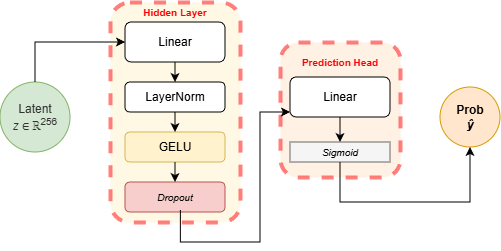
This is Documentazione/images/modelsss/MLPApp3.png from Fonty02/HallucinationDetection, a draw.io export, as it was before one commit. Source tidied: cells renumbered, new cells last; positions are measured from the earlier drawing's top-left corner, leaving out a move shared by most shapes.
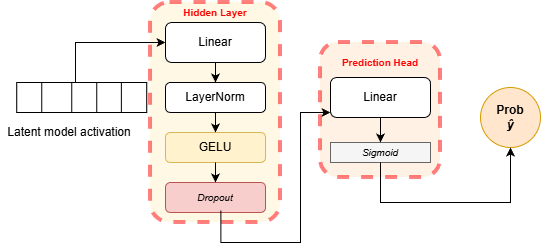
After the commit.

Diff of the diagram source:
```diff
@@ -2,9 +2,6 @@
   <root>
     <mxCell id="0" />
     <mxCell id="1" parent="0" />
-    <mxCell id="2" value="Latent&lt;br&gt;&lt;i&gt;z&lt;/i&gt; ∈ ℝ&lt;sup&gt;256&lt;/sup&gt;" style="ellipse;whiteSpace=wrap;html=1;fillColor=#d5e8d4;strokeColor=#82b366;fontColor=#333333;" parent="1" vertex="1">
-      <mxGeometry y="80" width="70" height="70" as="geometry" />
-    </mxCell>
     <mxCell id="3" style="rounded=1;whiteSpace=wrap;html=1;fillColor=#fff2cc;strokeColor=#FF0000;dashed=1;opacity=50;strokeWidth=4;" parent="1" vertex="1">
       <mxGeometry x="110" width="130" height="220" as="geometry" />
     </mxCell>
@@ -38,8 +35,9 @@
     <mxCell id="13" value="Prob&lt;br&gt;&lt;i&gt;ŷ&lt;/i&gt;" style="ellipse;whiteSpace=wrap;html=1;fillColor=#ffe6cc;strokeColor=#d79b00;fontColor=#000000;fontStyle=1;" parent="1" vertex="1">
       <mxGeometry x="440" y="85" width="60" height="60" as="geometry" />
     </mxCell>
-    <mxCell id="14" style="edgeStyle=orthogonalEdgeStyle;rounded=0;html=1;entryX=0;entryY=0.5;entryDx=0;entryDy=0;" parent="1" edge="1" source="2" target="5">
+    <mxCell id="14" style="edgeStyle=orthogonalEdgeStyle;rounded=0;html=1;entryX=0;entryY=0.5;entryDx=0;entryDy=0;" parent="1" edge="1" target="5">
       <mxGeometry relative="1" as="geometry">
+        <mxPoint x="35" y="80" as="sourcePoint" />
         <Array as="points">
           <mxPoint x="35" y="40" />
         </Array>
@@ -74,5 +72,38 @@
         </Array>
       </mxGeometry>
     </mxCell>
+    <mxCell id="21" style="group;rotation=90;" parent="1" vertex="1">
+      <mxGeometry x="26.2" y="30" width="30" height="130" as="geometry" />
+    </mxCell>
+    <mxCell id="22" style="rounded=0;whiteSpace=wrap;html=1;rotation=180;" parent="21" vertex="1">
+      <mxGeometry x="-50" y="50" width="130" height="30" as="geometry" />
+    </mxCell>
+    <mxCell id="23" style="endArrow=none;html=1;rounded=0;exitX=0.195;exitY=0.997;exitDx=0;exitDy=0;exitPerimeter=0;entryX=0.195;entryY=0.003;entryDx=0;entryDy=0;entryPerimeter=0;" parent="21" edge="1" source="22" target="22">
+      <mxGeometry relative="1" as="geometry" />
+    </mxCell>
+    <mxCell id="24" style="endArrow=none;html=1;rounded=0;exitX=0.195;exitY=0.997;exitDx=0;exitDy=0;exitPerimeter=0;entryX=0.195;entryY=0.003;entryDx=0;entryDy=0;entryPerimeter=0;" parent="21" edge="1">
+      <mxGeometry relative="1" as="geometry">
+        <mxPoint x="30" y="50" as="sourcePoint" />
+        <mxPoint x="30" y="80" as="targetPoint" />
+      </mxGeometry>
+    </mxCell>
+    <mxCell id="25" style="endArrow=none;html=1;rounded=0;exitX=0.195;exitY=0.997;exitDx=0;exitDy=0;exitPerimeter=0;entryX=0.195;entryY=0.003;entryDx=0;entryDy=0;entryPerimeter=0;" parent="21" edge="1">
+      <mxGeometry relative="1" as="geometry">
+        <mxPoint x="5" y="50" as="sourcePoint" />
+        <mxPoint x="5" y="80" as="targetPoint" />
+      </mxGeometry>
+    </mxCell>
+    <mxCell id="26" style="endArrow=none;html=1;rounded=0;exitX=0.195;exitY=0.997;exitDx=0;exitDy=0;exitPerimeter=0;entryX=0.195;entryY=0.003;entryDx=0;entryDy=0;entryPerimeter=0;" parent="21" edge="1">
+      <mxGeometry relative="1" as="geometry">
+        <mxPoint x="-25" y="50" as="sourcePoint" />
+        <mxPoint x="-25" y="80" as="targetPoint" />
+        <Array as="points">
+          <mxPoint x="-25" y="60" />
+        </Array>
+      </mxGeometry>
+    </mxCell>
+    <mxCell id="27" value="Latent model activation" style="text;html=1;whiteSpace=wrap;strokeColor=none;fillColor=none;align=center;verticalAlign=middle;rounded=0;" parent="1" vertex="1">
+      <mxGeometry x="-40" y="115" width="137.5" height="30" as="geometry" />
+    </mxCell>
   </root>
 </mxGraphModel>
```
